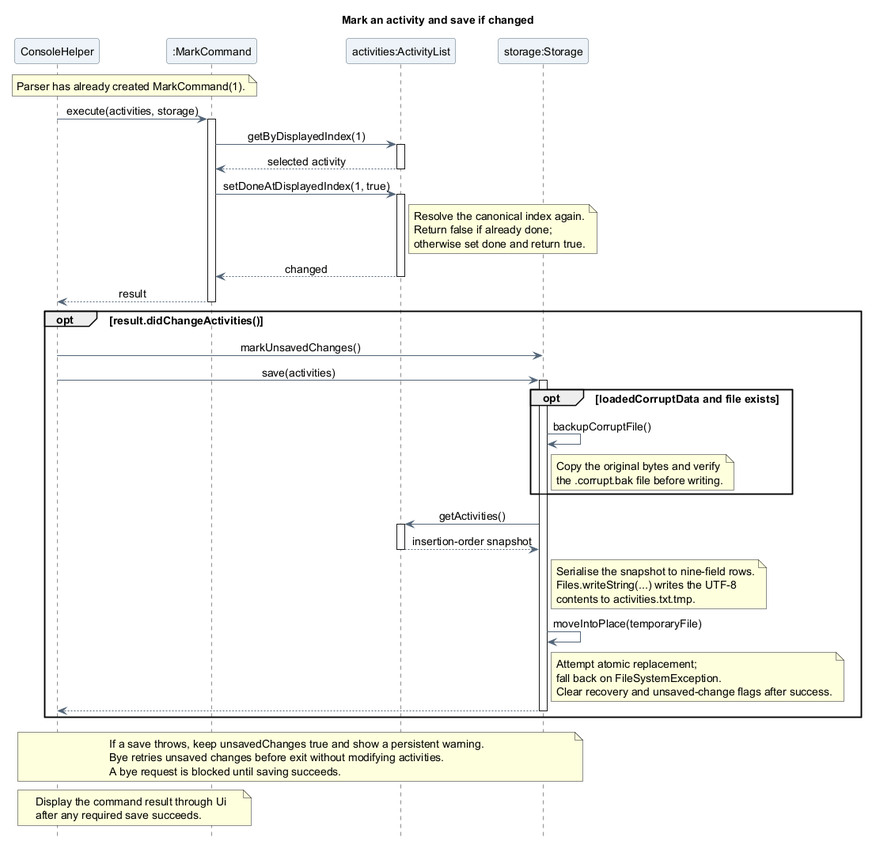
Before: docs/images/oliver/sequence/CompletionAndSaveSequence.png, a diagram exported from PlantUML (AY2627S1-CS2113-T10-4/tp).
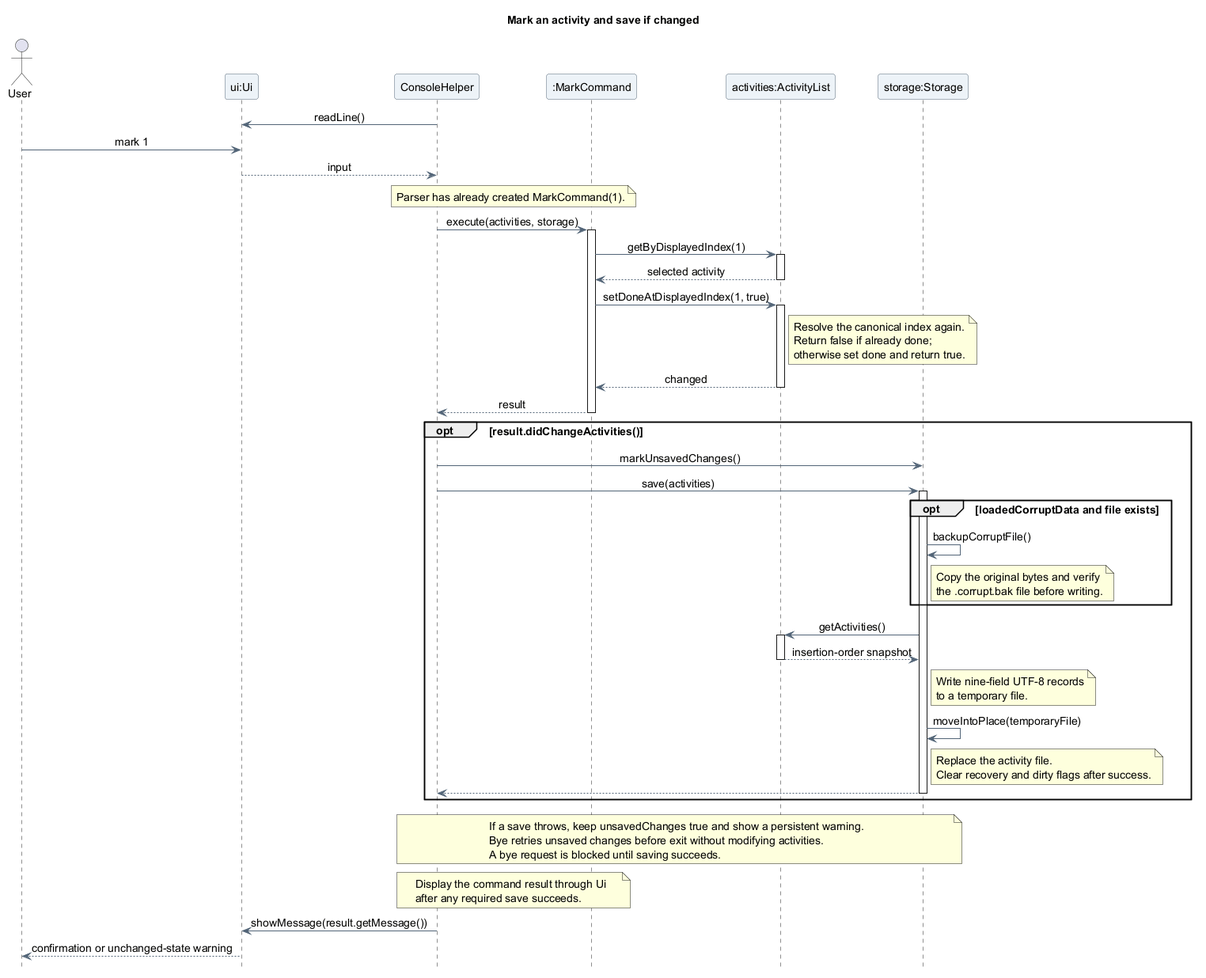
Above is the later version.

The edit, as a diff of the source:
```diff
@@ -10,10 +10,16 @@
 skinparam sequenceMessageAlign center
 hide footbox
 
+actor "User" as User
+participant "ui:Ui" as UI
 participant "ConsoleHelper" as Console
 participant ":MarkCommand" as Mark
 participant "activities:ActivityList" as Activities
 participant "storage:Storage" as Storage
+
+Console -> UI : readLine()
+User -> UI : mark 1
+UI --> Console : input
 
 note over Console, Mark
   Parser has already created MarkCommand(1).
@@ -52,15 +58,13 @@
   Activities --> Storage : insertion-order snapshot
   deactivate Activities
   note right of Storage
-    Serialise the snapshot to nine-field rows.
-    Files.writeString(...) writes the UTF-8
-    contents to activities.txt.tmp.
+    Write nine-field UTF-8 records
+    to a temporary file.
   end note
   Storage -> Storage : moveIntoPlace(temporaryFile)
   note right of Storage
-    Attempt atomic replacement;
-    fall back on FileSystemException.
-    Clear recovery and unsaved-change flags after success.
+    Replace the activity file.
+    Clear recovery and dirty flags after success.
   end note
   Storage --> Console
   deactivate Storage
@@ -74,4 +78,6 @@
   Display the command result through Ui
   after any required save succeeds.
 end note
+Console -> UI : showMessage(result.getMessage())
+UI --> User : confirmation or unchanged-state warning
 @enduml
```
